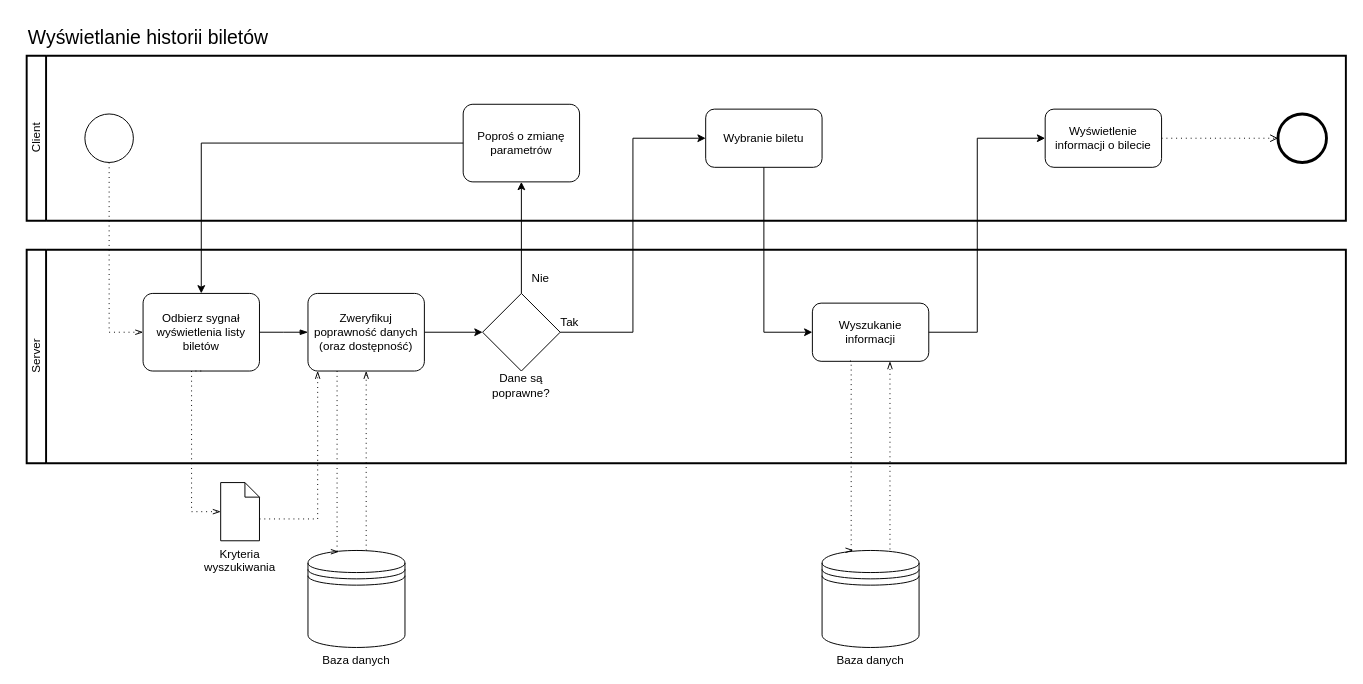
ajankowi/Mikrosystemy keeps this draw.io diagram as bpmnDiagrams/TicketHistory.drawio. Above is the earlier version. Source tidied: cells renumbered, new cells numbered last; positions are measured from the earlier drawing's top-left corner, leaving out a move shared by most shapes. Both pictures are drawn from the tidied source at 97%, with x=0, y=0 at pixel (16, 16).
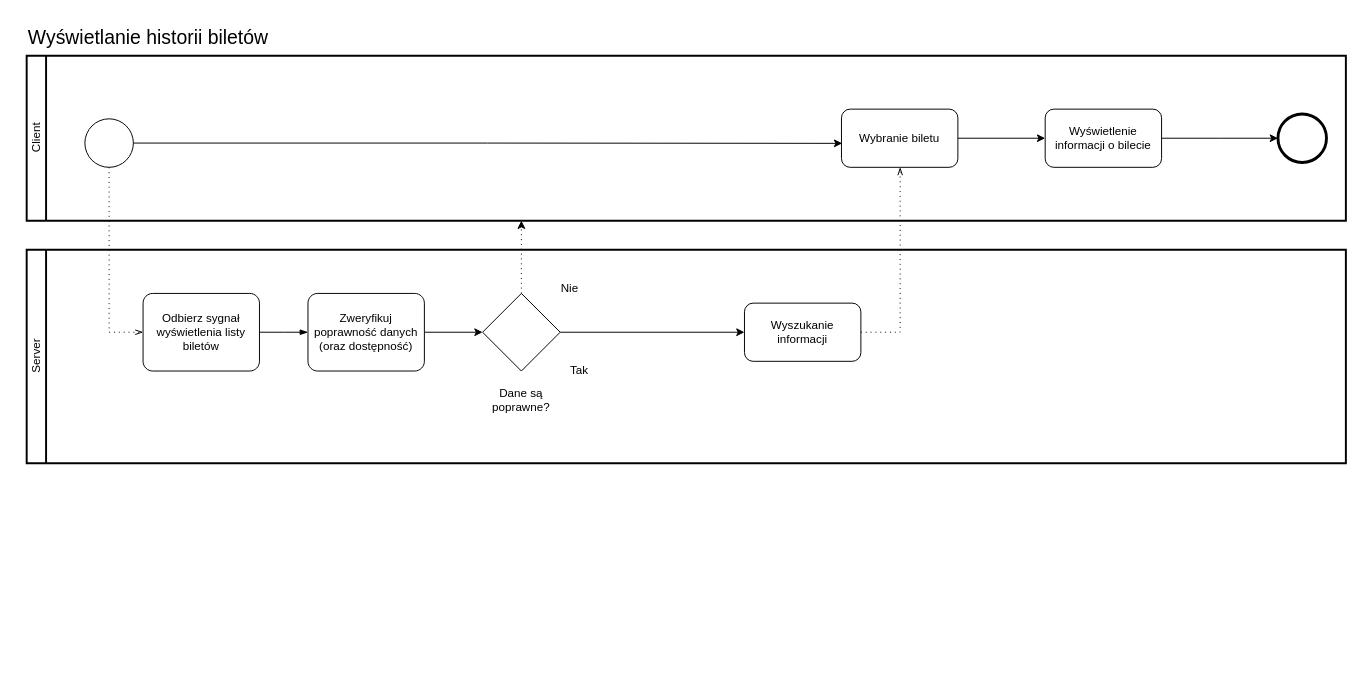
After the change.

Commit message (it also covers changes not shown here):
ticket history fixed

Unchanged cells that the change refers to:
```xml
<mxCell id="2" value="Client" style="swimlane;html=1;startSize=20;fontStyle=0;horizontal=0;swimlaneLine=1;swimlaneFillColor=#ffffff;strokeWidth=2;" parent="1" vertex="1">
  <mxGeometry x="10" y="40" width="1360" height="170" as="geometry" />
</mxCell>
<mxCell id="5" style="points=[[0.145,0.145,0],[0.5,0,0],[0.855,0.145,0],[1,0.5,0],[0.855,0.855,0],[0.5,1,0],[0.145,0.855,0],[0,0.5,0]];shape=mxgraph.bpmn.event;html=1;verticalLabelPosition=bottom;labelBackgroundColor=#ffffff;verticalAlign=top;align=center;perimeter=ellipsePerimeter;outlineConnect=0;outline=end;symbol=terminate2;" parent="2" vertex="1">
  <mxGeometry x="1290" y="60" width="50" height="50" as="geometry" />
</mxCell>
<mxCell id="8" value="Wyświetlenie informacji o bilecie" style="rounded=1;whiteSpace=wrap;html=1;" parent="2" vertex="1">
  <mxGeometry x="1050" y="55" width="120" height="60" as="geometry" />
</mxCell>
<mxCell id="9" value="Server" style="swimlane;html=1;startSize=20;fontStyle=0;horizontal=0;swimlaneLine=1;swimlaneFillColor=#ffffff;strokeWidth=2;" parent="1" vertex="1">
  <mxGeometry x="10" y="240" width="1360" height="220" as="geometry" />
</mxCell>
<mxCell id="10" value="Odbierz sygnał wyświetlenia listy biletów" style="points=[[0.25,0,0],[0.5,0,0],[0.75,0,0],[1,0.25,0],[1,0.5,0],[1,0.75,0],[0.75,1,0],[0.5,1,0],[0.25,1,0],[0,0.75,0],[0,0.5,0],[0,0.25,0]];shape=mxgraph.bpmn.task;whiteSpace=wrap;rectStyle=rounded;size=10;taskMarker=abstract;" parent="9" vertex="1">
  <mxGeometry x="120" y="45" width="120" height="80" as="geometry" />
</mxCell>
<mxCell id="12" value="Zweryfikuj poprawność danych (oraz dostępność)" style="points=[[0.25,0,0],[0.5,0,0],[0.75,0,0],[1,0.25,0],[1,0.5,0],[1,0.75,0],[0.75,1,0],[0.5,1,0],[0.25,1,0],[0,0.75,0],[0,0.5,0],[0,0.25,0]];shape=mxgraph.bpmn.task;whiteSpace=wrap;rectStyle=rounded;size=10;taskMarker=abstract;" parent="9" vertex="1">
  <mxGeometry x="290" y="45" width="120" height="80" as="geometry" />
</mxCell>
<mxCell id="14" style="rhombus;whiteSpace=wrap;html=1;" parent="9" vertex="1">
  <mxGeometry x="470" y="45" width="80" height="80" as="geometry" />
</mxCell>
```

Change to the diagram source:
```diff
@@
+    <mxCell id="35" style="edgeStyle=orthogonalEdgeStyle;rounded=0;jettySize=auto;html=1;entryX=0.006;entryY=0.588;entryDx=0;entryDy=0;entryPerimeter=0;" parent="2" edge="1" source="3" target="6">
+      <mxGeometry relative="1" as="geometry" />
+    </mxCell>
     <mxCell id="3" style="points=[[0.145,0.145,0],[0.5,0,0],[0.855,0.145,0],[1,0.5,0],[0.855,0.855,0],[0.5,1,0],[0.145,0.855,0],[0,0.5,0]];shape=mxgraph.bpmn.event;html=1;verticalLabelPosition=bottom;labelBackgroundColor=#ffffff;verticalAlign=top;align=center;perimeter=ellipsePerimeter;outlineConnect=0;outline=standard;symbol=general;" parent="2" vertex="1">
-      <mxGeometry x="60" y="60" width="50" height="50" as="geometry" />
+      <mxGeometry x="60" y="65" width="50" height="50" as="geometry" />
     </mxCell>
-    <mxCell id="4" value="Poproś o zmianę parametrów" style="points=[[0.25,0,0],[0.5,0,0],[0.75,0,0],[1,0.25,0],[1,0.5,0],[1,0.75,0],[0.75,1,0],[0.5,1,0],[0.25,1,0],[0,0.75,0],[0,0.5,0],[0,0.25,0]];shape=mxgraph.bpmn.task;whiteSpace=wrap;rectStyle=rounded;size=10;taskMarker=abstract;fontSize=12;" parent="2" vertex="1">
-      <mxGeometry x="450" y="50" width="120" height="80" as="geometry" />
-    </mxCell>
@@
+    <mxCell id="36" style="edgeStyle=orthogonalEdgeStyle;rounded=0;jettySize=auto;html=1;entryX=0;entryY=0.5;entryDx=0;entryDy=0;" parent="2" edge="1" source="6" target="8">
+      <mxGeometry relative="1" as="geometry" />
+    </mxCell>
     <mxCell id="6" value="Wybranie biletu" style="rounded=1;whiteSpace=wrap;html=1;" parent="2" vertex="1">
-      <mxGeometry x="700" y="55" width="120" height="60" as="geometry" />
+      <mxGeometry x="840" y="55" width="120" height="60" as="geometry" />
     </mxCell>
-    <mxCell id="7" style="edgeStyle=orthogonalEdgeStyle;rounded=0;jettySize=auto;html=1;entryX=0;entryY=0.5;entryDx=0;entryDy=0;entryPerimeter=0;dashed=1;dashPattern=1 4;endArrow=open;endFill=0;exitX=1;exitY=0.5;exitDx=0;exitDy=0;" parent="2" edge="1" source="8" target="5">
-      <mxGeometry relative="1" as="geometry">
-        <Array as="points">
-          <mxPoint x="1090" y="85" />
-          <mxPoint x="1090" y="85" />
-        </Array>
-      </mxGeometry>
-    </mxCell>
+    <mxCell id="37" style="edgeStyle=orthogonalEdgeStyle;rounded=0;jettySize=auto;html=1;" parent="2" edge="1" source="8">
+      <mxGeometry relative="1" as="geometry">
+        <mxPoint x="1290" y="85" as="targetPoint" />
+      </mxGeometry>
+    </mxCell>
@@
+    <mxCell id="18" value="Wyszukanie informacji" style="rounded=1;whiteSpace=wrap;html=1;" parent="9" vertex="1">
+      <mxGeometry x="740" y="55" width="120" height="60" as="geometry" />
+    </mxCell>
+    <mxCell id="38" style="edgeStyle=orthogonalEdgeStyle;rounded=0;jettySize=auto;html=1;" parent="9" edge="1" source="14" target="18">
+      <mxGeometry relative="1" as="geometry" />
+    </mxCell>
@@
+    <mxCell id="17" value="Nie" style="text;html=1;align=center;verticalAlign=middle;whiteSpace=wrap;rounded=0;" parent="9" vertex="1">
+      <mxGeometry x="530" y="25" width="60" height="30" as="geometry" />
+    </mxCell>
+    <mxCell id="16" value="Tak" style="text;html=1;align=center;verticalAlign=middle;whiteSpace=wrap;rounded=0;" parent="9" vertex="1">
+      <mxGeometry x="540" y="110" width="60" height="30" as="geometry" />
+    </mxCell>
     <mxCell id="15" value="Dane są poprawne?" style="text;html=1;align=center;verticalAlign=middle;whiteSpace=wrap;rounded=0;" parent="9" vertex="1">
-      <mxGeometry x="480" y="125" width="60" height="30" as="geometry" />
+      <mxGeometry x="480" y="140" width="60" height="30" as="geometry" />
     </mxCell>
-    <mxCell id="16" value="Tak" style="text;html=1;align=center;verticalAlign=middle;whiteSpace=wrap;rounded=0;" parent="9" vertex="1">
-      <mxGeometry x="530" y="60" width="60" height="30" as="geometry" />
-    </mxCell>
-    <mxCell id="17" value="Nie" style="text;html=1;align=center;verticalAlign=middle;whiteSpace=wrap;rounded=0;" parent="9" vertex="1">
-      <mxGeometry x="500" y="15" width="60" height="30" as="geometry" />
-    </mxCell>
-    <mxCell id="18" value="Wyszukanie informacji" style="rounded=1;whiteSpace=wrap;html=1;" parent="9" vertex="1">
-      <mxGeometry x="810" y="55" width="120" height="60" as="geometry" />
-    </mxCell>
-    <mxCell id="19" style="edgeStyle=elbowEdgeStyle;fontSize=12;html=1;endFill=0;startFill=0;endSize=6;startSize=6;dashed=1;dashPattern=1 4;endArrow=openThin;startArrow=none;rounded=0;exitX=0.711;exitY=0.028;exitDx=0;exitDy=0;entryX=0.5;entryY=1;entryDx=0;entryDy=0;entryPerimeter=0;exitPerimeter=0;" parent="9" edge="1" source="32">
-      <mxGeometry relative="1" as="geometry">
-        <mxPoint x="890" y="115" as="targetPoint" />
-        <Array as="points">
-          <mxPoint x="890" y="190" />
-          <mxPoint x="1080" y="160" />
-        </Array>
-      </mxGeometry>
-    </mxCell>
-    <mxCell id="20" value="Kryteria wyszukiwania" style="shape=mxgraph.bpmn.data;labelPosition=center;verticalLabelPosition=bottom;align=center;verticalAlign=top;whiteSpace=wrap;size=15;html=1;" parent="1" vertex="1">
-      <mxGeometry x="210" y="480" width="40" height="60" as="geometry" />
-    </mxCell>
-    <mxCell id="21" style="edgeStyle=elbowEdgeStyle;fontSize=12;html=1;endFill=0;startFill=0;endSize=6;startSize=6;dashed=1;dashPattern=1 4;endArrow=openThin;startArrow=none;rounded=0;exitX=0.5;exitY=1;exitDx=0;exitDy=0;exitPerimeter=0;entryX=0;entryY=0.5;entryDx=0;entryDy=0;entryPerimeter=0;" parent="1" edge="1" source="10" target="20">
-      <mxGeometry relative="1" as="geometry">
-        <Array as="points">
-          <mxPoint x="180" y="420" />
-        </Array>
-      </mxGeometry>
-    </mxCell>
-    <mxCell id="22" style="edgeStyle=elbowEdgeStyle;fontSize=12;html=1;endFill=0;startFill=0;endSize=6;startSize=6;dashed=1;dashPattern=1 4;endArrow=openThin;startArrow=none;rounded=0;exitX=0;exitY=0;exitDx=40;exitDy=37.5;exitPerimeter=0;" parent="1" edge="1" source="20">
-      <mxGeometry relative="1" as="geometry">
-        <mxPoint x="310" y="365" as="targetPoint" />
-        <Array as="points">
-          <mxPoint x="310" y="478" />
-        </Array>
-      </mxGeometry>
-    </mxCell>
-    <mxCell id="23" value="Baza danych" style="shape=datastore;whiteSpace=wrap;html=1;labelPosition=center;verticalLabelPosition=bottom;align=center;verticalAlign=top;" parent="1" vertex="1">
-      <mxGeometry x="300" y="550" width="100" height="100" as="geometry" />
-    </mxCell>
-    <mxCell id="24" style="edgeStyle=elbowEdgeStyle;fontSize=12;html=1;endFill=0;startFill=0;endSize=6;startSize=6;dashed=1;dashPattern=1 4;endArrow=openThin;startArrow=none;rounded=0;exitX=0.5;exitY=0;exitDx=0;exitDy=0;entryX=0.5;entryY=1;entryDx=0;entryDy=0;entryPerimeter=0;" parent="1" edge="1" source="23" target="12">
-      <mxGeometry relative="1" as="geometry">
-        <Array as="points">
-          <mxPoint x="360" y="440" />
-          <mxPoint x="550" y="410" />
-        </Array>
-      </mxGeometry>
-    </mxCell>
@@
-    <mxCell id="27" style="edgeStyle=orthogonalEdgeStyle;rounded=0;jettySize=auto;html=1;entryX=0.5;entryY=1;entryDx=0;entryDy=0;entryPerimeter=0;" parent="1" edge="1" source="14" target="4">
-      <mxGeometry relative="1" as="geometry" />
-    </mxCell>
-    <mxCell id="28" style="edgeStyle=orthogonalEdgeStyle;rounded=0;jettySize=auto;html=1;entryX=0.5;entryY=0;entryDx=0;entryDy=0;entryPerimeter=0;" parent="1" edge="1" source="4" target="10">
-      <mxGeometry relative="1" as="geometry" />
-    </mxCell>
-    <mxCell id="29" style="edgeStyle=orthogonalEdgeStyle;rounded=0;jettySize=auto;html=1;entryX=0;entryY=0.5;entryDx=0;entryDy=0;" parent="1" edge="1" source="14" target="6">
-      <mxGeometry relative="1" as="geometry" />
-    </mxCell>
-    <mxCell id="30" style="edgeStyle=elbowEdgeStyle;fontSize=12;html=1;endFill=0;startFill=0;endSize=6;startSize=6;dashed=1;dashPattern=1 4;endArrow=openThin;startArrow=none;rounded=0;exitX=0.25;exitY=1;exitDx=0;exitDy=0;exitPerimeter=0;entryX=0.317;entryY=0.013;entryDx=0;entryDy=0;entryPerimeter=0;" parent="1" edge="1" source="12" target="23">
-      <mxGeometry relative="1" as="geometry">
-        <Array as="points">
-          <mxPoint x="330" y="550" />
-        </Array>
-      </mxGeometry>
-    </mxCell>
-    <mxCell id="31" style="edgeStyle=orthogonalEdgeStyle;rounded=0;jettySize=auto;html=1;entryX=0;entryY=0.5;entryDx=0;entryDy=0;" parent="1" edge="1" source="6" target="18">
-      <mxGeometry relative="1" as="geometry" />
-    </mxCell>
-    <mxCell id="32" value="Baza danych" style="shape=datastore;whiteSpace=wrap;html=1;labelPosition=center;verticalLabelPosition=bottom;align=center;verticalAlign=top;" parent="1" vertex="1">
-      <mxGeometry x="830" y="550" width="100" height="100" as="geometry" />
-    </mxCell>
-    <mxCell id="33" style="edgeStyle=elbowEdgeStyle;fontSize=12;html=1;endFill=0;startFill=0;endSize=6;startSize=6;dashed=1;dashPattern=1 4;endArrow=openThin;startArrow=none;rounded=0;exitX=0.323;exitY=0.996;exitDx=0;exitDy=0;entryX=0.322;entryY=-0.002;entryDx=0;entryDy=0;entryPerimeter=0;exitPerimeter=0;" parent="1" edge="1" source="18" target="32">
-      <mxGeometry relative="1" as="geometry">
-        <Array as="points">
-          <mxPoint x="860" y="450" />
-        </Array>
-      </mxGeometry>
-    </mxCell>
-    <mxCell id="34" style="edgeStyle=orthogonalEdgeStyle;rounded=0;jettySize=auto;html=1;entryX=0;entryY=0.5;entryDx=0;entryDy=0;" parent="1" edge="1" source="18" target="8">
-      <mxGeometry relative="1" as="geometry">
-        <Array as="points">
-          <mxPoint x="990" y="325" />
-          <mxPoint x="990" y="125" />
-        </Array>
-      </mxGeometry>
-    </mxCell>
+    <mxCell id="39" style="edgeStyle=orthogonalEdgeStyle;rounded=0;jettySize=auto;html=1;dashed=1;dashPattern=1 4;exitX=0.5;exitY=0;exitDx=0;exitDy=0;" parent="1" edge="1" source="14">
+      <mxGeometry relative="1" as="geometry">
+        <mxPoint x="520" y="210" as="targetPoint" />
+        <Array as="points">
+          <mxPoint x="520" y="270" />
+          <mxPoint x="520" y="270" />
+        </Array>
+      </mxGeometry>
+    </mxCell>
+    <mxCell id="40" style="edgeStyle=elbowEdgeStyle;fontSize=12;html=1;endFill=0;startFill=0;endSize=6;startSize=6;dashed=1;dashPattern=1 4;endArrow=openThin;startArrow=none;rounded=0;exitX=1;exitY=0.5;exitDx=0;exitDy=0;" parent="1" edge="1" source="18">
+      <mxGeometry relative="1" as="geometry">
+        <mxPoint x="910.1" y="155" as="targetPoint" />
+        <Array as="points">
+          <mxPoint x="910.5" y="325" />
+        </Array>
+      </mxGeometry>
+    </mxCell>
```
